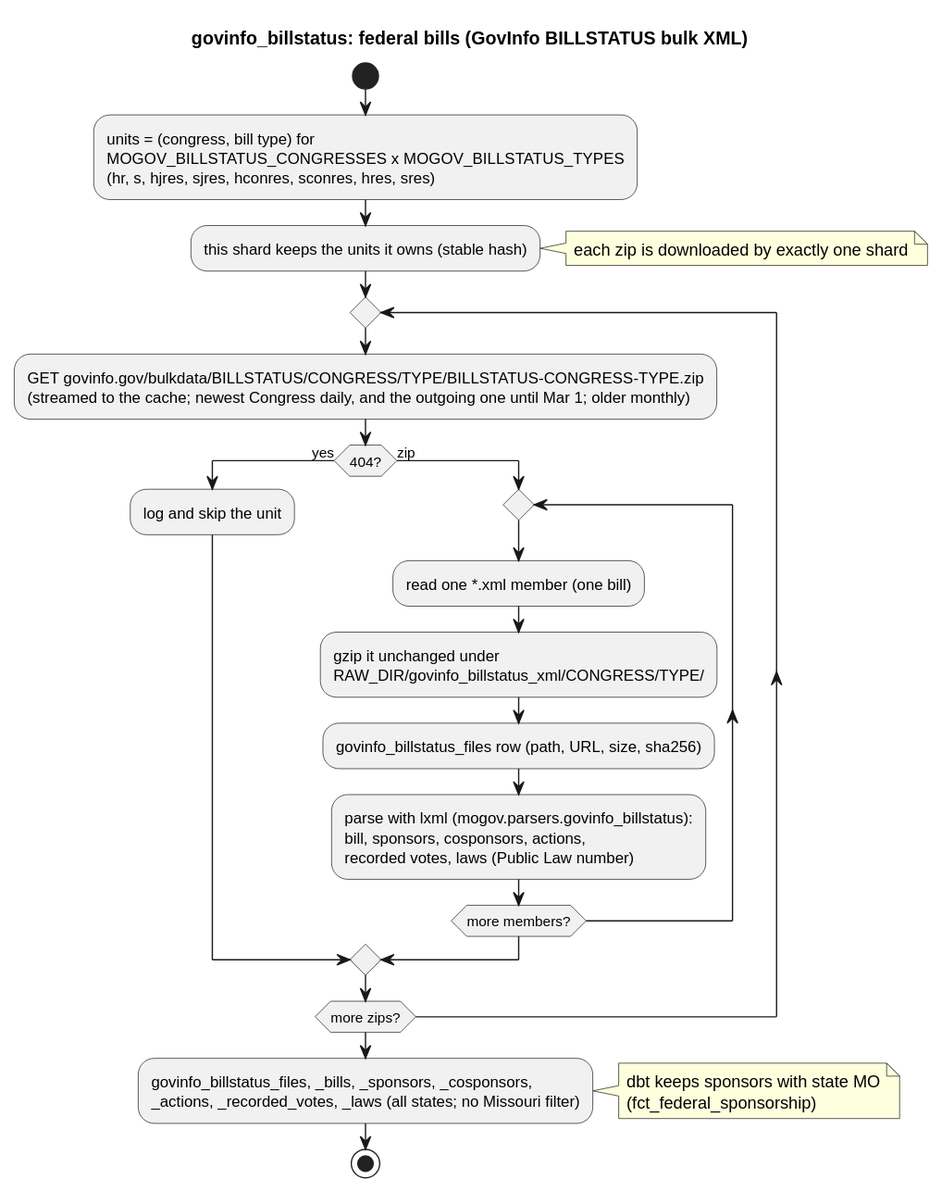
The PlantUML diagram docs/diagrams/sources/govinfo_billstatus.svg in akettmann/missouri_gov_feed, before a commit. Its source is kept beside it as docs/diagrams/sources/govinfo_billstatus.puml.
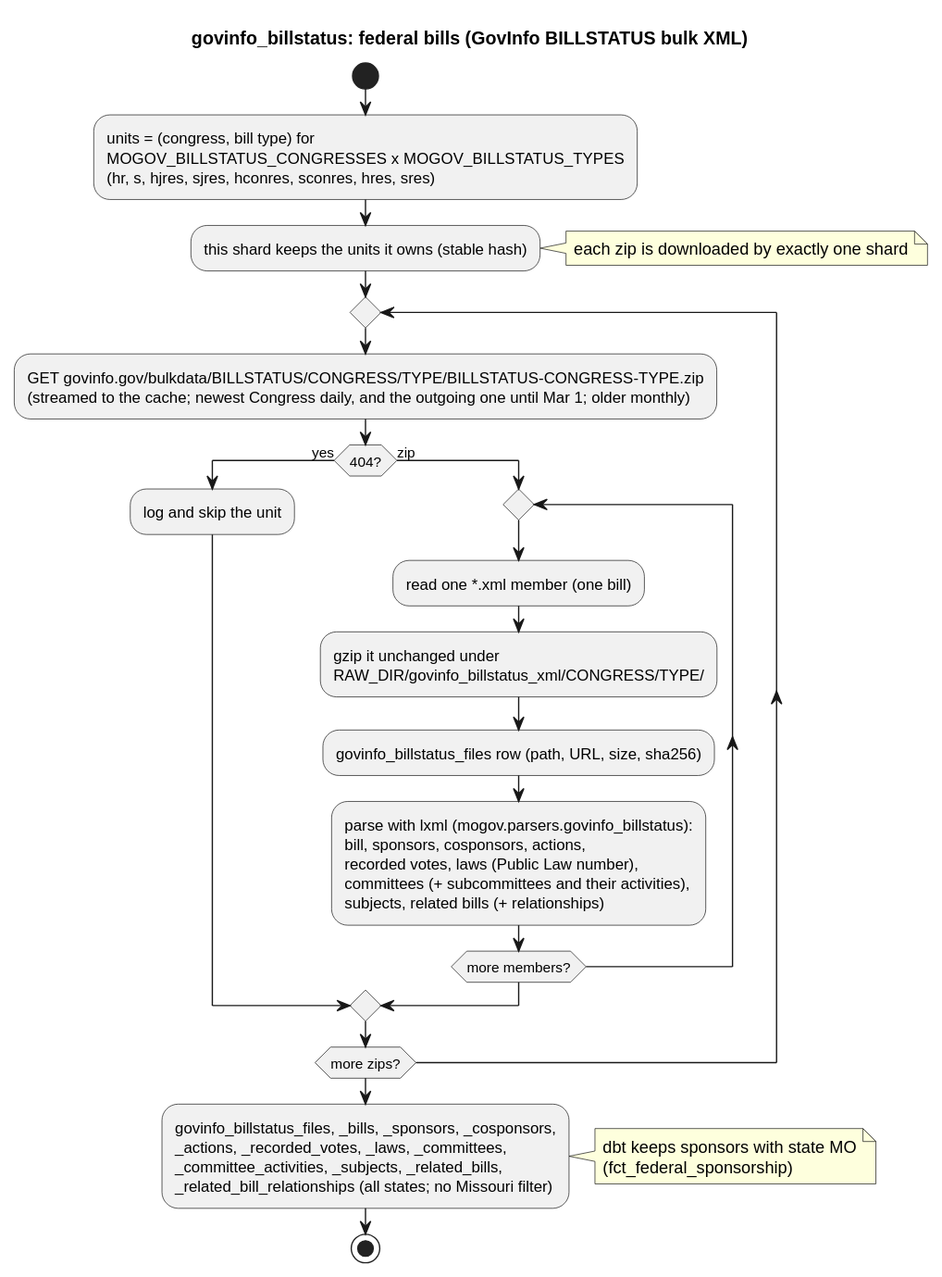
After the commit.

Commit message:
BILLSTATUS staging: normalized activity/relationship labels, drop self-relations, fix 118th test failures (#625)

Change to the diagram source:
```diff
@@ -19,12 +19,16 @@
       :govinfo_billstatus_files row (path, URL, size, sha256);
       :parse with lxml (mogov.parsers.govinfo_billstatus):
       bill, sponsors, cosponsors, actions,
-      recorded votes, laws (Public Law number);
+      recorded votes, laws (Public Law number),
+      committees (+ subcommittees and their activities),
+      subjects, related bills (+ relationships);
     repeat while (more members?)
   endif
 repeat while (more zips?)
 :govinfo_billstatus_files, _bills, _sponsors, _cosponsors,
-_actions, _recorded_votes, _laws (all states; no Missouri filter);
+_actions, _recorded_votes, _laws, _committees,
+_committee_activities, _subjects, _related_bills,
+_related_bill_relationships (all states; no Missouri filter);
 note right: dbt keeps sponsors with state MO\n(fct_federal_sponsorship)
 stop
 @enduml
```
